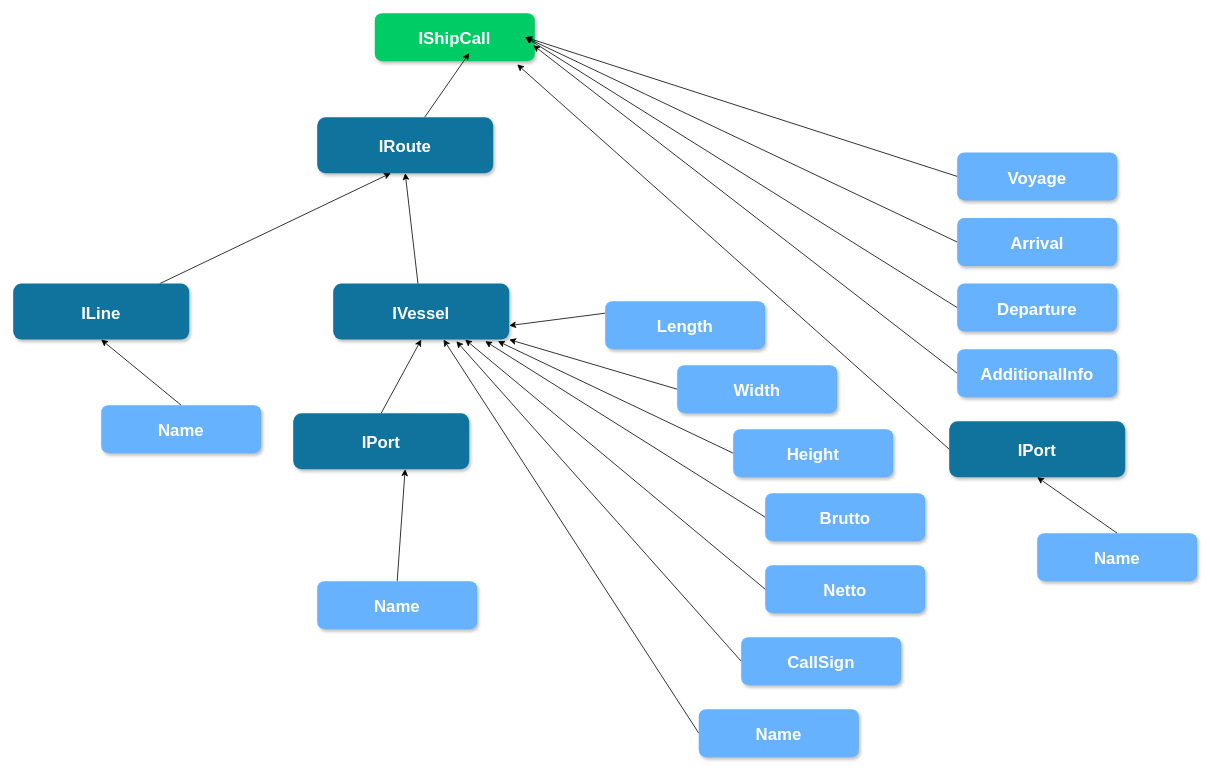
Earlier version of the draw.io diagram htdocs/interface_tree_1.drawio (Leksiqq/DtoKit). Source tidied: cells renumbered, new cells numbered last; positions are measured from the earlier drawing's top-left corner, leaving out a move shared by most shapes. Both pictures are drawn from the tidied source at 80%, with x=0, y=0 at pixel (13, 13).
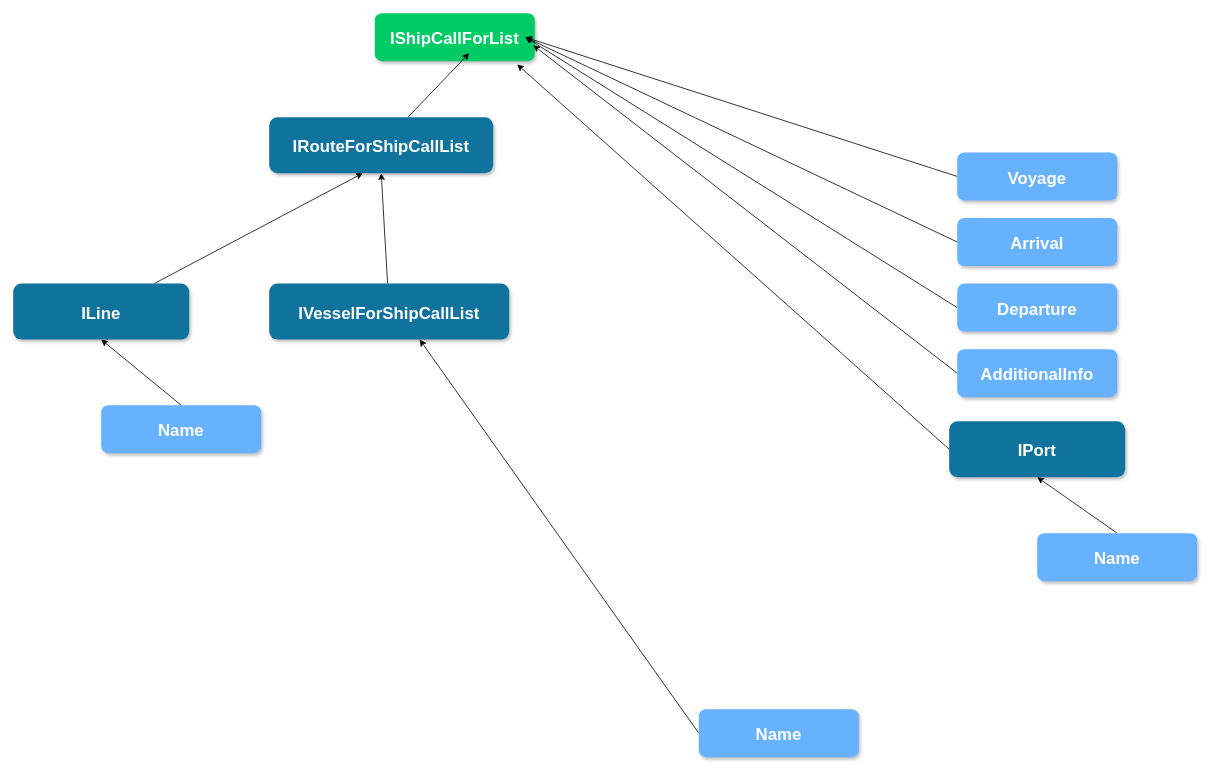
The same diagram, later.

Diff of the diagram source:
```diff
@@
-    <mxCell id="2" value="IShipCall" style="rounded=1;fillColor=#00CC66;strokeColor=none;shadow=1;gradientColor=none;fontStyle=1;fontColor=#FFFFFF;fontSize=21&#10;;" parent="1" vertex="1">
+    <mxCell id="2" value="IShipCallForList" style="rounded=1;fillColor=#00CC66;strokeColor=none;shadow=1;gradientColor=none;fontStyle=1;fontColor=#FFFFFF;fontSize=21&#10;;" parent="1" vertex="1">
       <mxGeometry x="452" width="200" height="60" as="geometry" />
     </mxCell>
@@
-    <mxCell id="4" value="IRoute" style="rounded=1;fillColor=#10739E;strokeColor=none;shadow=1;gradientColor=none;fontStyle=1;fontColor=#FFFFFF;fontSize=21&#10;;" parent="1" vertex="1">
-      <mxGeometry x="380" y="130" width="220" height="70" as="geometry" />
+    <mxCell id="4" value="IRouteForShipCallList" style="rounded=1;fillColor=#10739E;strokeColor=none;shadow=1;gradientColor=none;fontStyle=1;fontColor=#FFFFFF;fontSize=21&#10;;" parent="1" vertex="1">
+      <mxGeometry x="320" y="130" width="280" height="70" as="geometry" />
     </mxCell>
@@
-    <mxCell id="17" value="IVessel" style="rounded=1;fillColor=#10739E;strokeColor=none;shadow=1;gradientColor=none;fontStyle=1;fontColor=#FFFFFF;fontSize=21&#10;;" parent="1" vertex="1">
-      <mxGeometry x="400" y="338" width="220" height="70" as="geometry" />
+    <mxCell id="17" value="IVesselForShipCallList" style="rounded=1;fillColor=#10739E;strokeColor=none;shadow=1;gradientColor=none;fontStyle=1;fontColor=#FFFFFF;fontSize=21&#10;;" parent="1" vertex="1">
+      <mxGeometry x="320" y="338" width="300" height="70" as="geometry" />
     </mxCell>
@@
-    <mxCell id="24" style="edgeStyle=none;rounded=0;jettySize=auto;html=1;exitX=0.5;exitY=0;exitDx=0;exitDy=0;entryX=0.5;entryY=1;entryDx=0;entryDy=0;" parent="1" edge="1" source="25" target="17">
-      <mxGeometry relative="1" as="geometry" />
-    </mxCell>
-    <mxCell id="25" value="IPort" style="rounded=1;fillColor=#10739E;strokeColor=none;shadow=1;gradientColor=none;fontStyle=1;fontColor=#FFFFFF;fontSize=21&#10;;" parent="1" vertex="1">
-      <mxGeometry x="350" y="500" width="220" height="70" as="geometry" />
-    </mxCell>
-    <mxCell id="26" style="edgeStyle=none;rounded=0;jettySize=auto;html=1;exitX=0.5;exitY=0;exitDx=0;exitDy=0;entryX=0.636;entryY=1;entryDx=0;entryDy=0;entryPerimeter=0;" parent="1" edge="1" source="27" target="25">
-      <mxGeometry relative="1" as="geometry" />
-    </mxCell>
-    <mxCell id="27" value="Name" style="rounded=1;fillColor=#66B2FF;strokeColor=none;shadow=1;gradientColor=none;fontStyle=1;fontColor=#FFFFFF;fontSize=21&#10;;" parent="1" vertex="1">
-      <mxGeometry x="380" y="710" width="200" height="60" as="geometry" />
-    </mxCell>
-    <mxCell id="28" style="edgeStyle=none;rounded=0;jettySize=auto;html=1;exitX=0;exitY=0.25;exitDx=0;exitDy=0;entryX=1;entryY=0.75;entryDx=0;entryDy=0;" parent="1" edge="1" source="29" target="17">
-      <mxGeometry relative="1" as="geometry" />
-    </mxCell>
-    <mxCell id="29" value="Length" style="rounded=1;fillColor=#66B2FF;strokeColor=none;shadow=1;gradientColor=none;fontStyle=1;fontColor=#FFFFFF;fontSize=21&#10;;" parent="1" vertex="1">
-      <mxGeometry x="740" y="360" width="200" height="60" as="geometry" />
-    </mxCell>
-    <mxCell id="30" style="edgeStyle=none;rounded=0;jettySize=auto;html=1;exitX=0;exitY=0.5;exitDx=0;exitDy=0;entryX=1;entryY=1;entryDx=0;entryDy=0;" parent="1" edge="1" source="31" target="17">
-      <mxGeometry relative="1" as="geometry" />
-    </mxCell>
-    <mxCell id="31" value="Width" style="rounded=1;fillColor=#66B2FF;strokeColor=none;shadow=1;gradientColor=none;fontStyle=1;fontColor=#FFFFFF;fontSize=21&#10;;" parent="1" vertex="1">
-      <mxGeometry x="830" y="440" width="200" height="60" as="geometry" />
-    </mxCell>
-    <mxCell id="32" style="edgeStyle=none;rounded=0;jettySize=auto;html=1;exitX=0;exitY=0.5;exitDx=0;exitDy=0;entryX=0.936;entryY=1.029;entryDx=0;entryDy=0;entryPerimeter=0;" parent="1" edge="1" source="33" target="17">
-      <mxGeometry relative="1" as="geometry" />
-    </mxCell>
-    <mxCell id="33" value="Height" style="rounded=1;fillColor=#66B2FF;strokeColor=none;shadow=1;gradientColor=none;fontStyle=1;fontColor=#FFFFFF;fontSize=21&#10;;" parent="1" vertex="1">
-      <mxGeometry x="900" y="520" width="200" height="60" as="geometry" />
-    </mxCell>
-    <mxCell id="34" style="edgeStyle=none;rounded=0;jettySize=auto;html=1;exitX=0;exitY=0.5;exitDx=0;exitDy=0;" parent="1" edge="1" source="35">
-      <mxGeometry relative="1" as="geometry">
-        <mxPoint x="590" y="410" as="targetPoint" />
-      </mxGeometry>
-    </mxCell>
-    <mxCell id="35" value="Brutto" style="rounded=1;fillColor=#66B2FF;strokeColor=none;shadow=1;gradientColor=none;fontStyle=1;fontColor=#FFFFFF;fontSize=21&#10;;" parent="1" vertex="1">
-      <mxGeometry x="940" y="600" width="200" height="60" as="geometry" />
-    </mxCell>
-    <mxCell id="36" style="edgeStyle=none;rounded=0;jettySize=auto;html=1;exitX=0;exitY=0.5;exitDx=0;exitDy=0;entryX=0.75;entryY=1;entryDx=0;entryDy=0;" parent="1" edge="1" source="37" target="17">
-      <mxGeometry relative="1" as="geometry" />
-    </mxCell>
-    <mxCell id="37" value="Netto" style="rounded=1;fillColor=#66B2FF;strokeColor=none;shadow=1;gradientColor=none;fontStyle=1;fontColor=#FFFFFF;fontSize=21&#10;;" parent="1" vertex="1">
-      <mxGeometry x="940" y="690" width="200" height="60" as="geometry" />
-    </mxCell>
-    <mxCell id="38" style="edgeStyle=none;rounded=0;jettySize=auto;html=1;exitX=0;exitY=0.5;exitDx=0;exitDy=0;entryX=0.7;entryY=1.029;entryDx=0;entryDy=0;entryPerimeter=0;" parent="1" edge="1" source="39" target="17">
-      <mxGeometry relative="1" as="geometry" />
-    </mxCell>
-    <mxCell id="39" value="CallSign" style="rounded=1;fillColor=#66B2FF;strokeColor=none;shadow=1;gradientColor=none;fontStyle=1;fontColor=#FFFFFF;fontSize=21&#10;;" parent="1" vertex="1">
-      <mxGeometry x="910" y="780" width="200" height="60" as="geometry" />
-    </mxCell>
```
